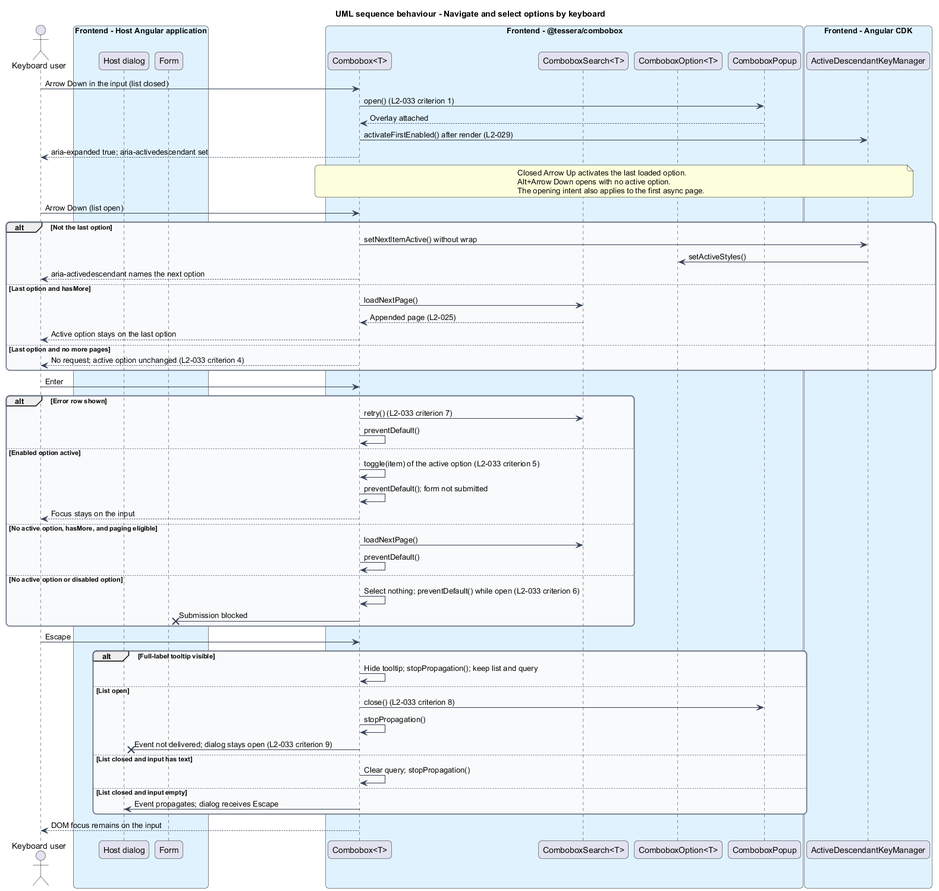
Before: docs/detailed-designs/combobox/operate-by-keyboard/diagrams/sequence-navigate-options.png, a diagram exported from PlantUML (QuinntyneBrown/Tessera).
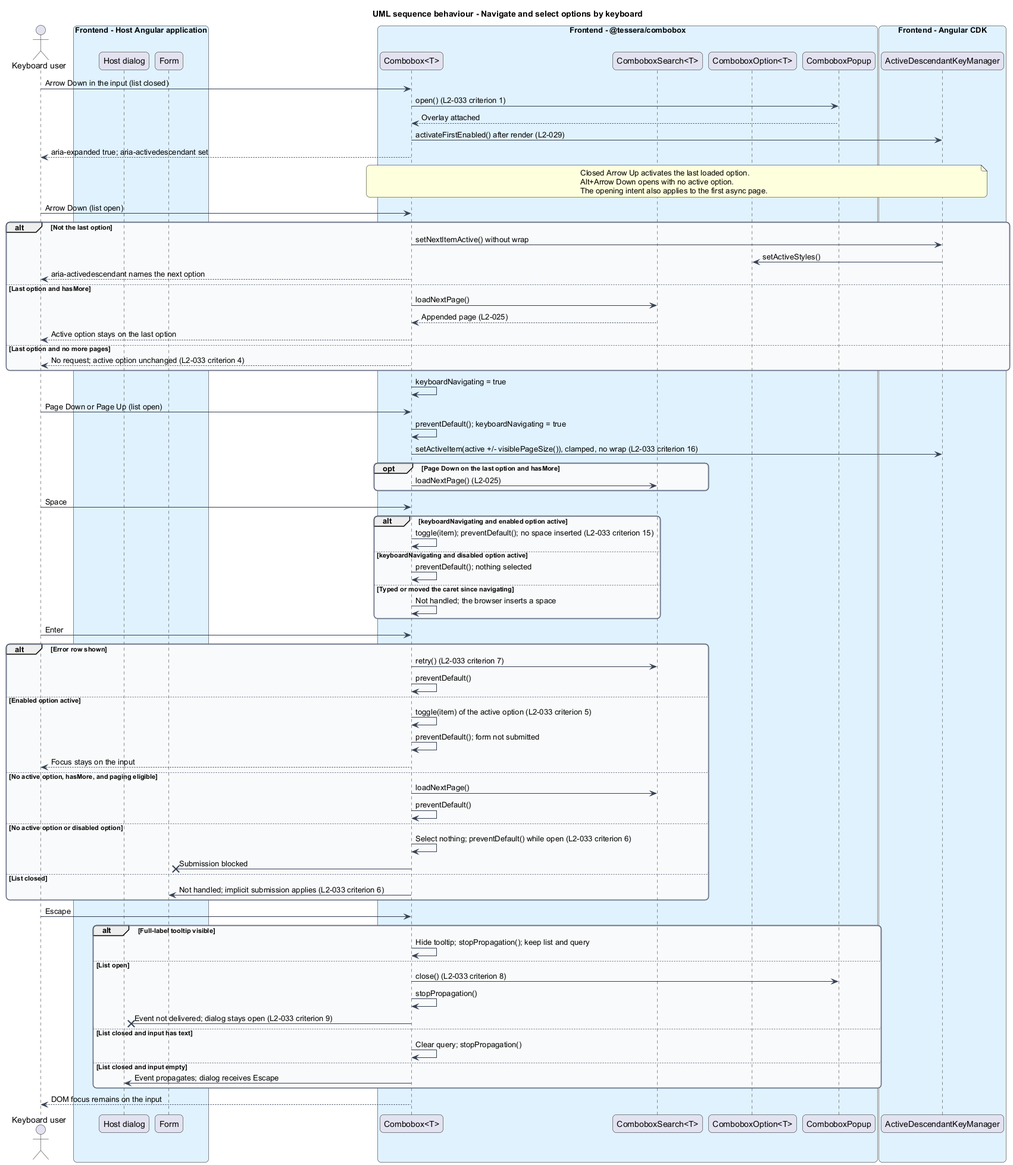
The same diagram one commit later.

The edit, as a diff of the source:
```diff
@@ -53,6 +53,23 @@
 else Last option and no more pages
   combobox --> user : No request; active option unchanged (L2-033 criterion 4)
 end
+combobox -> combobox : keyboardNavigating = true
+
+user -> combobox : Page Down or Page Up (list open)
+combobox -> combobox : preventDefault(); keyboardNavigating = true
+combobox -> manager : setActiveItem(active +/- visiblePageSize()), clamped, no wrap (L2-033 criterion 16)
+opt Page Down on the last option and hasMore
+  combobox -> search : loadNextPage() (L2-025)
+end
+
+user -> combobox : Space
+alt keyboardNavigating and enabled option active
+  combobox -> combobox : toggle(item); preventDefault(); no space inserted (L2-033 criterion 15)
+else keyboardNavigating and disabled option active
+  combobox -> combobox : preventDefault(); nothing selected
+else Typed or moved the caret since navigating
+  combobox -> combobox : Not handled; the browser inserts a space
+end
 
 user -> combobox : Enter
 alt Error row shown
@@ -68,6 +85,8 @@
 else No active option or disabled option
   combobox -> combobox : Select nothing; preventDefault() while open (L2-033 criterion 6)
   combobox -x form : Submission blocked
+else List closed
+  combobox -> form : Not handled; implicit submission applies (L2-033 criterion 6)
 end
 
 user -> combobox : Escape
```
